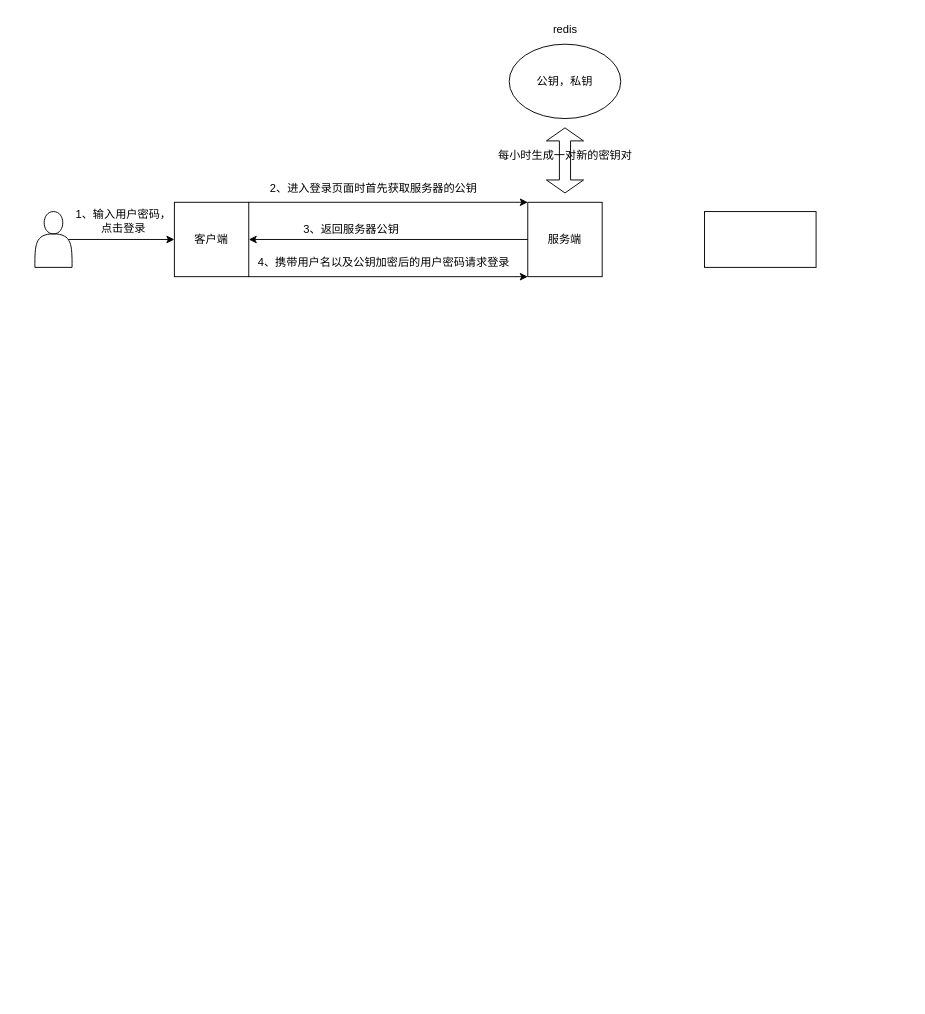
This is 用户登录安全性保证.drawio from red-fox-yj/draw.io, a draw.io file, before an edit. Source tidied: cells renumbered, new cells numbered last; positions are measured from the earlier drawing's top-left corner, leaving out a move shared by most shapes. Both pictures are drawn from the tidied source at 93%, with x=0, y=0 at pixel (34, 16).
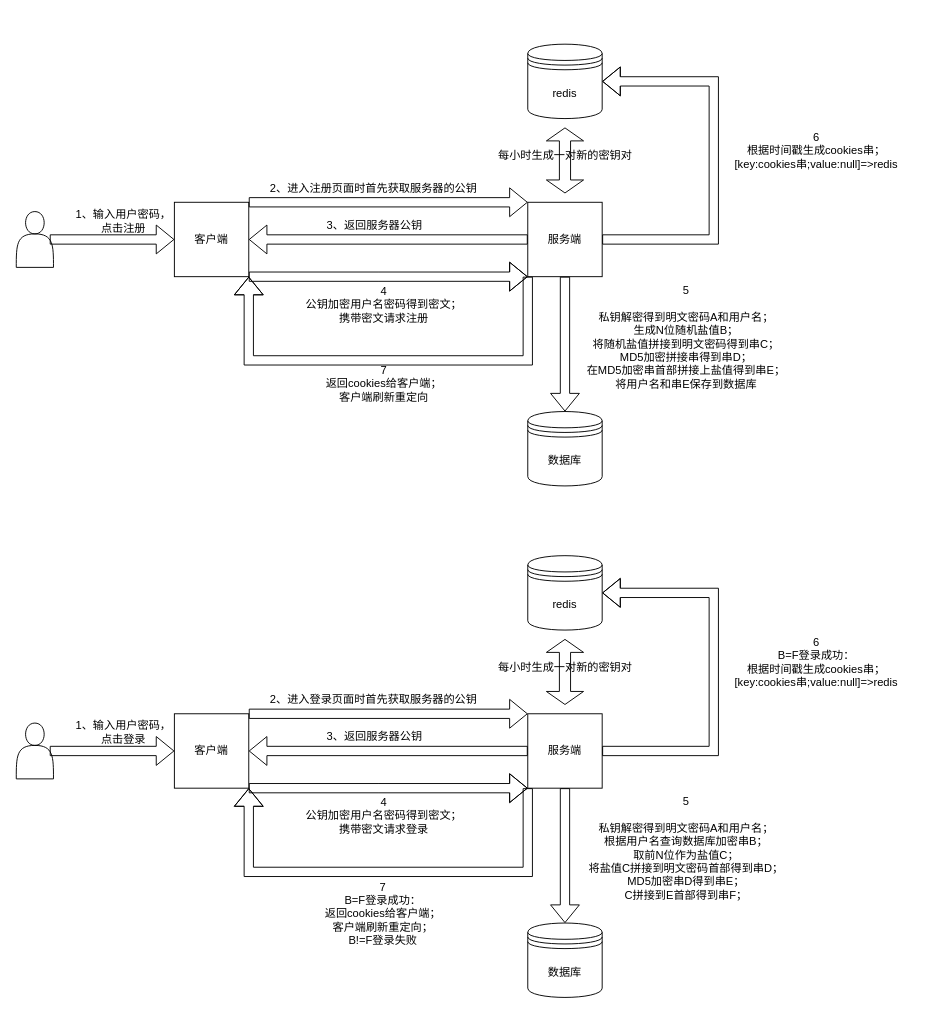
The same page after the edit.

Commit message:
更新用户登录安全性保证.drawio

The change refers to these unchanged cells:
```xml
<mxCell id="3" value="客户端" style="whiteSpace=wrap;html=1;" parent="1" vertex="1">
  <mxGeometry x="150" y="200" width="80" height="80" as="geometry" />
</mxCell>
<mxCell id="4" value="服务端" style="whiteSpace=wrap;html=1;" parent="1" vertex="1">
  <mxGeometry x="530" y="200" width="80" height="80" as="geometry" />
</mxCell>
```

Change to the diagram source:
```diff
@@
-    <mxCell id="2" style="edgeStyle=orthogonalEdgeStyle;rounded=0;jettySize=auto;html=1;entryX=0;entryY=1;entryDx=0;entryDy=0;" parent="1" edge="1" source="3" target="4">
+    <mxCell id="2" style="edgeStyle=orthogonalEdgeStyle;rounded=0;jettySize=auto;html=1;entryX=0;entryY=1;entryDx=0;entryDy=0;shape=flexArrow;" parent="1" edge="1" source="3" target="4">
       <mxGeometry relative="1" as="geometry">
         <Array as="points">
           <mxPoint x="370" y="280" />
           <mxPoint x="370" y="280" />
         </Array>
       </mxGeometry>
     </mxCell>
@@
-    <mxCell id="5" value="公钥，私钥" style="ellipse;whiteSpace=wrap;html=1;" parent="1" vertex="1">
-      <mxGeometry x="510" y="30" width="120" height="80" as="geometry" />
-    </mxCell>
@@
-    <mxCell id="8" value="redis" style="text;html=1;align=center;verticalAlign=middle;strokeColor=none;fillColor=none;" parent="1" vertex="1">
-      <mxGeometry x="545" width="50" height="30" as="geometry" />
-    </mxCell>
     <mxCell id="9" style="shape=actor;whiteSpace=wrap;html=1;" parent="1" vertex="1">
-      <mxGeometry y="210" width="40" height="60" as="geometry" />
+      <mxGeometry x="-20" y="210" width="40" height="60" as="geometry" />
     </mxCell>
-    <mxCell id="10" style="endArrow=classic;html=1;rounded=0;exitX=0.9;exitY=0.5;exitDx=0;exitDy=0;exitPerimeter=0;entryX=0;entryY=0.5;entryDx=0;entryDy=0;" parent="1" edge="1" source="9" target="3">
+    <mxCell id="10" style="endArrow=classic;html=1;rounded=0;exitX=0.9;exitY=0.5;exitDx=0;exitDy=0;exitPerimeter=0;entryX=0;entryY=0.5;entryDx=0;entryDy=0;shape=flexArrow;" parent="1" edge="1" source="9" target="3">
       <mxGeometry relative="1" as="geometry" />
     </mxCell>
-    <mxCell id="11" value="1、输入用户密码，&lt;br&gt;点击登录" style="text;html=1;align=center;verticalAlign=middle;strokeColor=none;fillColor=none;" parent="1" vertex="1">
+    <mxCell id="11" value="1、输入用户密码，&lt;br&gt;点击注册" style="text;html=1;align=center;verticalAlign=middle;strokeColor=none;fillColor=none;" parent="1" vertex="1">
       <mxGeometry x="30" y="200" width="130" height="40" as="geometry" />
     </mxCell>
-    <mxCell id="12" style="endArrow=classic;html=1;rounded=0;exitX=1;exitY=0;exitDx=0;exitDy=0;entryX=0;entryY=0;entryDx=0;entryDy=0;" parent="1" edge="1" source="3" target="4">
+    <mxCell id="12" style="endArrow=classic;html=1;rounded=0;exitX=1;exitY=0;exitDx=0;exitDy=0;entryX=0;entryY=0;entryDx=0;entryDy=0;shape=flexArrow;" parent="1" edge="1" source="3" target="4">
       <mxGeometry relative="1" as="geometry" />
     </mxCell>
-    <mxCell id="13" value="2、进入登录页面时首先获取服务器的公钥" style="text;html=1;align=center;verticalAlign=middle;strokeColor=none;fillColor=none;" parent="1" vertex="1">
+    <mxCell id="13" value="2、进入注册页面时首先获取服务器的公钥" style="text;html=1;align=center;verticalAlign=middle;strokeColor=none;fillColor=none;" parent="1" vertex="1">
       <mxGeometry x="239" y="170" width="250" height="30" as="geometry" />
     </mxCell>
-    <mxCell id="14" style="endArrow=classic;html=1;rounded=0;exitX=0;exitY=0.5;exitDx=0;exitDy=0;entryX=1;entryY=0.5;entryDx=0;entryDy=0;" parent="1" edge="1" source="4" target="3">
+    <mxCell id="14" style="endArrow=classic;html=1;rounded=0;exitX=0;exitY=0.5;exitDx=0;exitDy=0;entryX=1;entryY=0.5;entryDx=0;entryDy=0;shape=flexArrow;" parent="1" edge="1" source="4" target="3">
       <mxGeometry relative="1" as="geometry" />
     </mxCell>
     <mxCell id="15" value="3、返回服务器公钥" style="text;html=1;align=center;verticalAlign=middle;strokeColor=none;fillColor=none;" parent="1" vertex="1">
-      <mxGeometry x="275" y="215" width="130" height="30" as="geometry" />
+      <mxGeometry x="300" y="210" width="130" height="30" as="geometry" />
     </mxCell>
-    <mxCell id="16" style="rounded=0;whiteSpace=wrap;html=1;" parent="1" vertex="1">
-      <mxGeometry x="720" y="210" width="120" height="60" as="geometry" />
-    </mxCell>
-    <mxCell id="17" value="4、携带用户名以及公钥加密后的用户密码请求登录" style="text;html=1;align=center;verticalAlign=middle;strokeColor=none;fillColor=none;" parent="1" vertex="1">
-      <mxGeometry x="230" y="250" width="290" height="30" as="geometry" />
+    <mxCell id="17" value="4&lt;br&gt;公钥加密用户名密码得到密文；&lt;br&gt;携带密文请求注册" style="text;html=1;align=center;verticalAlign=middle;strokeColor=none;fillColor=none;" parent="1" vertex="1">
+      <mxGeometry x="280" y="280" width="190" height="60" as="geometry" />
     </mxCell>
+    <mxCell id="18" value="数据库" style="shape=datastore;whiteSpace=wrap;html=1;" parent="1" vertex="1">
+      <mxGeometry x="530" y="425" width="80" height="80" as="geometry" />
+    </mxCell>
+    <mxCell id="19" style="endArrow=classic;html=1;rounded=0;exitX=0.5;exitY=1;exitDx=0;exitDy=0;entryX=0.5;entryY=0;entryDx=0;entryDy=0;shape=flexArrow;" parent="1" edge="1" source="4" target="18">
+      <mxGeometry relative="1" as="geometry" />
+    </mxCell>
+    <mxCell id="20" value="5&lt;br&gt;&lt;br&gt;私钥解密得到明文密码A和用户名；&lt;br&gt;生成N位随机盐值B；&lt;br&gt;将随机盐值拼接到明文密码得到串C；&lt;br&gt;MD5加密拼接串得到串D；&lt;br&gt;在MD5加密串首部拼接上盐值得到串E；&lt;br&gt;将用户名和串E保存到数据库" style="text;html=1;align=center;verticalAlign=middle;strokeColor=none;fillColor=none;" parent="1" vertex="1">
+      <mxGeometry x="580" y="280" width="240" height="130" as="geometry" />
+    </mxCell>
+    <mxCell id="21" style="endArrow=classic;html=1;rounded=0;exitX=1;exitY=0.5;exitDx=0;exitDy=0;entryX=1;entryY=0.5;entryDx=0;entryDy=0;shape=flexArrow;" parent="1" edge="1" source="4" target="25">
+      <mxGeometry relative="1" as="geometry">
+        <Array as="points">
+          <mxPoint x="730" y="240" />
+          <mxPoint x="730" y="70" />
+        </Array>
+      </mxGeometry>
+    </mxCell>
+    <mxCell id="22" value="6&lt;br&gt;根据时间戳生成cookies串；&lt;br&gt;[key:cookies串;value:null]=&amp;gt;redis" style="text;html=1;align=center;verticalAlign=middle;strokeColor=none;fillColor=none;" parent="1" vertex="1">
+      <mxGeometry x="740" y="115" width="200" height="60" as="geometry" />
+    </mxCell>
+    <mxCell id="23" value="7&lt;br&gt;返回cookies给客户端；&lt;br&gt;客户端刷新重定向" style="text;html=1;align=center;verticalAlign=middle;strokeColor=none;fillColor=none;" parent="1" vertex="1">
+      <mxGeometry x="300" y="365" width="150" height="60" as="geometry" />
+    </mxCell>
+    <mxCell id="24" style="endArrow=classic;html=1;rounded=0;exitX=0;exitY=1;exitDx=0;exitDy=0;entryX=1;entryY=1;entryDx=0;entryDy=0;shape=flexArrow;" parent="1" edge="1" source="4" target="3">
+      <mxGeometry relative="1" as="geometry">
+        <Array as="points">
+          <mxPoint x="530" y="370" />
+          <mxPoint x="230" y="370" />
+        </Array>
+      </mxGeometry>
+    </mxCell>
+    <mxCell id="25" value="redis" style="shape=datastore;whiteSpace=wrap;html=1;" parent="1" vertex="1">
+      <mxGeometry x="530" y="30" width="80" height="80" as="geometry" />
+    </mxCell>
+    <mxCell id="26" style="edgeStyle=orthogonalEdgeStyle;rounded=0;jettySize=auto;html=1;entryX=0;entryY=1;entryDx=0;entryDy=0;shape=flexArrow;" parent="1" edge="1" source="27" target="28">
+      <mxGeometry relative="1" as="geometry">
+        <Array as="points">
+          <mxPoint x="370" y="830" />
+          <mxPoint x="370" y="830" />
+        </Array>
+      </mxGeometry>
+    </mxCell>
+    <mxCell id="27" value="客户端" style="whiteSpace=wrap;html=1;" parent="1" vertex="1">
+      <mxGeometry x="150" y="750" width="80" height="80" as="geometry" />
+    </mxCell>
+    <mxCell id="28" value="服务端" style="whiteSpace=wrap;html=1;" parent="1" vertex="1">
+      <mxGeometry x="530" y="750" width="80" height="80" as="geometry" />
+    </mxCell>
+    <mxCell id="29" style="shape=doubleArrow;whiteSpace=wrap;html=1;rotation=90;" parent="1" vertex="1">
+      <mxGeometry x="535" y="685" width="70" height="40" as="geometry" />
+    </mxCell>
+    <mxCell id="30" value="每小时生成一对新的密钥对" style="text;html=1;align=center;verticalAlign=middle;strokeColor=none;fillColor=none;" parent="1" vertex="1">
+      <mxGeometry x="485" y="685" width="170" height="30" as="geometry" />
+    </mxCell>
+    <mxCell id="31" style="shape=actor;whiteSpace=wrap;html=1;" parent="1" vertex="1">
+      <mxGeometry x="-20" y="760" width="40" height="60" as="geometry" />
+    </mxCell>
+    <mxCell id="32" style="endArrow=classic;html=1;rounded=0;exitX=0.9;exitY=0.5;exitDx=0;exitDy=0;exitPerimeter=0;entryX=0;entryY=0.5;entryDx=0;entryDy=0;shape=flexArrow;" parent="1" edge="1" source="31" target="27">
+      <mxGeometry relative="1" as="geometry" />
+    </mxCell>
+    <mxCell id="33" value="1、输入用户密码，&lt;br&gt;点击登录" style="text;html=1;align=center;verticalAlign=middle;strokeColor=none;fillColor=none;" parent="1" vertex="1">
+      <mxGeometry x="30" y="750" width="130" height="40" as="geometry" />
+    </mxCell>
+    <mxCell id="34" style="endArrow=classic;html=1;rounded=0;exitX=1;exitY=0;exitDx=0;exitDy=0;entryX=0;entryY=0;entryDx=0;entryDy=0;shape=flexArrow;" parent="1" edge="1" source="27" target="28">
+      <mxGeometry relative="1" as="geometry" />
+    </mxCell>
+    <mxCell id="35" value="2、进入登录页面时首先获取服务器的公钥" style="text;html=1;align=center;verticalAlign=middle;strokeColor=none;fillColor=none;" parent="1" vertex="1">
+      <mxGeometry x="239" y="720" width="250" height="30" as="geometry" />
+    </mxCell>
+    <mxCell id="36" style="endArrow=classic;html=1;rounded=0;exitX=0;exitY=0.5;exitDx=0;exitDy=0;entryX=1;entryY=0.5;entryDx=0;entryDy=0;shape=flexArrow;" parent="1" edge="1" source="28" target="27">
+      <mxGeometry relative="1" as="geometry" />
+    </mxCell>
+    <mxCell id="37" value="3、返回服务器公钥" style="text;html=1;align=center;verticalAlign=middle;strokeColor=none;fillColor=none;" parent="1" vertex="1">
+      <mxGeometry x="300" y="760" width="130" height="30" as="geometry" />
+    </mxCell>
+    <mxCell id="38" value="4&lt;br&gt;公钥加密用户名密码得到密文；&lt;br&gt;携带密文请求登录" style="text;html=1;align=center;verticalAlign=middle;strokeColor=none;fillColor=none;" parent="1" vertex="1">
+      <mxGeometry x="280" y="830" width="190" height="60" as="geometry" />
+    </mxCell>
+    <mxCell id="39" value="数据库" style="shape=datastore;whiteSpace=wrap;html=1;" parent="1" vertex="1">
+      <mxGeometry x="530" y="975" width="80" height="80" as="geometry" />
+    </mxCell>
+    <mxCell id="40" style="endArrow=classic;html=1;rounded=0;exitX=0.5;exitY=1;exitDx=0;exitDy=0;entryX=0.5;entryY=0;entryDx=0;entryDy=0;shape=flexArrow;" parent="1" edge="1" source="28" target="39">
+      <mxGeometry relative="1" as="geometry" />
+    </mxCell>
+    <mxCell id="41" value="5&lt;br&gt;&lt;br&gt;私钥解密得到明文密码A和用户名；&lt;br&gt;根据用户名查询数据库加密串B；&lt;br&gt;取前N位作为盐值C；&lt;br&gt;将盐值C拼接到明文密码首部得到串D；&lt;br&gt;MD5加密串D得到串E；&lt;br&gt;C拼接到E首部得到串F；" style="text;html=1;align=center;verticalAlign=middle;strokeColor=none;fillColor=none;" parent="1" vertex="1">
+      <mxGeometry x="585" y="830" width="230" height="130" as="geometry" />
+    </mxCell>
+    <mxCell id="42" style="endArrow=classic;html=1;rounded=0;exitX=1;exitY=0.5;exitDx=0;exitDy=0;entryX=1;entryY=0.5;entryDx=0;entryDy=0;shape=flexArrow;" parent="1" edge="1" source="28" target="46">
+      <mxGeometry relative="1" as="geometry">
+        <Array as="points">
+          <mxPoint x="730" y="790" />
+          <mxPoint x="730" y="620" />
+        </Array>
+      </mxGeometry>
+    </mxCell>
+    <mxCell id="43" value="6&lt;br&gt;B=F登录成功：&lt;br&gt;根据时间戳生成cookies串；&lt;br&gt;[key:cookies串;value:null]=&amp;gt;redis" style="text;html=1;align=center;verticalAlign=middle;strokeColor=none;fillColor=none;" parent="1" vertex="1">
+      <mxGeometry x="740" y="660" width="200" height="70" as="geometry" />
+    </mxCell>
+    <mxCell id="44" value="7&lt;br&gt;B=F登录成功：&lt;br&gt;返回cookies给客户端；&lt;br&gt;客户端刷新重定向；&lt;br&gt;B!=F登录失败" style="text;html=1;align=center;verticalAlign=middle;strokeColor=none;fillColor=none;" parent="1" vertex="1">
+      <mxGeometry x="299" y="920" width="150" height="90" as="geometry" />
+    </mxCell>
+    <mxCell id="45" style="endArrow=classic;html=1;rounded=0;exitX=0;exitY=1;exitDx=0;exitDy=0;entryX=1;entryY=1;entryDx=0;entryDy=0;shape=flexArrow;" parent="1" edge="1" source="28" target="27">
+      <mxGeometry relative="1" as="geometry">
+        <Array as="points">
+          <mxPoint x="530" y="920" />
+          <mxPoint x="230" y="920" />
+        </Array>
+      </mxGeometry>
+    </mxCell>
+    <mxCell id="46" value="redis" style="shape=datastore;whiteSpace=wrap;html=1;" parent="1" vertex="1">
+      <mxGeometry x="530" y="580" width="80" height="80" as="geometry" />
+    </mxCell>
```
